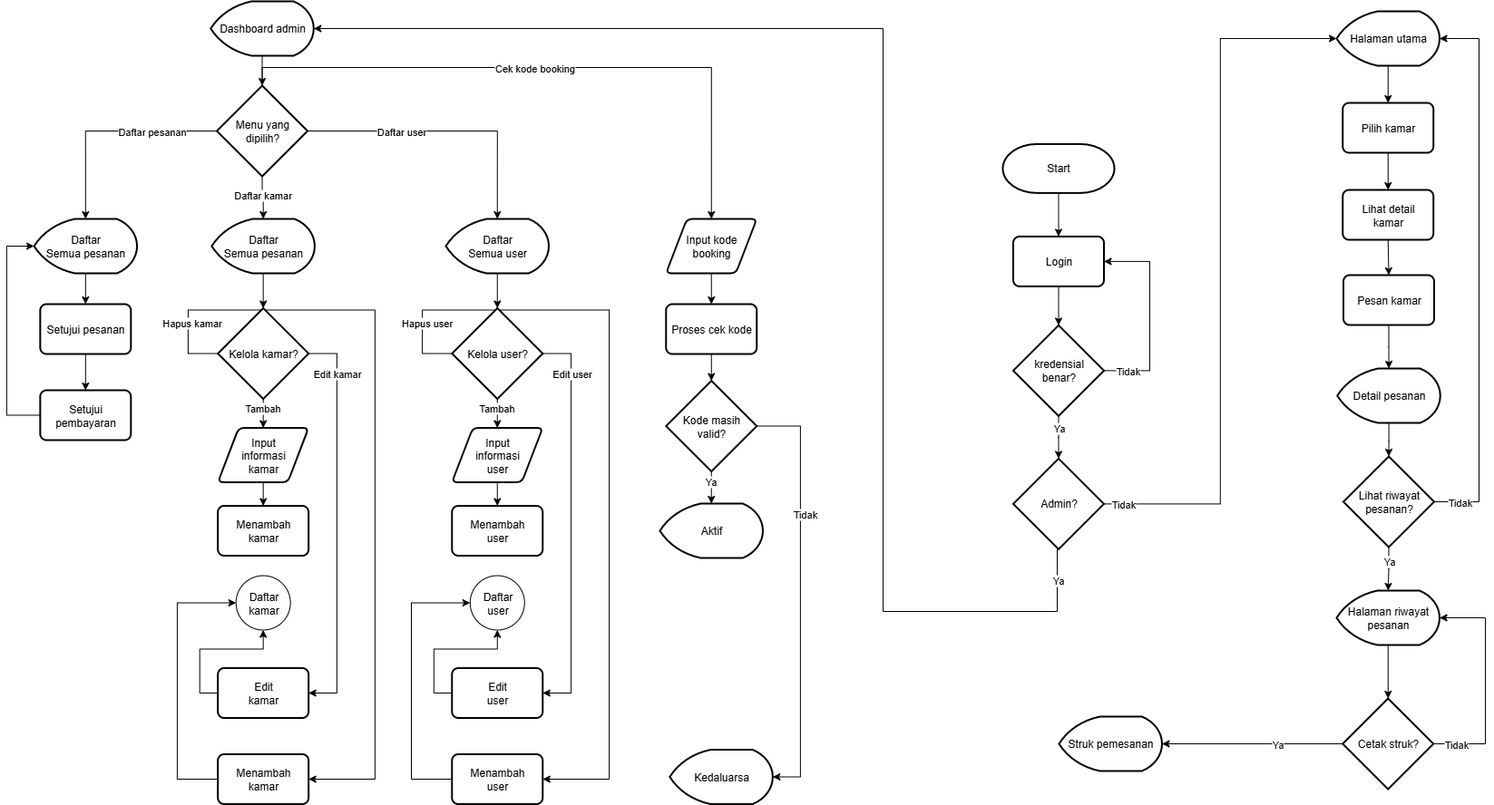
contributor404/ukk keeps this draw.io diagram as uml/flowchart-tiket-hotel.png. Above is the earlier version. Source tidied: cells renumbered, new cells last; positions are measured from the earlier drawing's top-left corner, leaving out a move shared by most shapes.
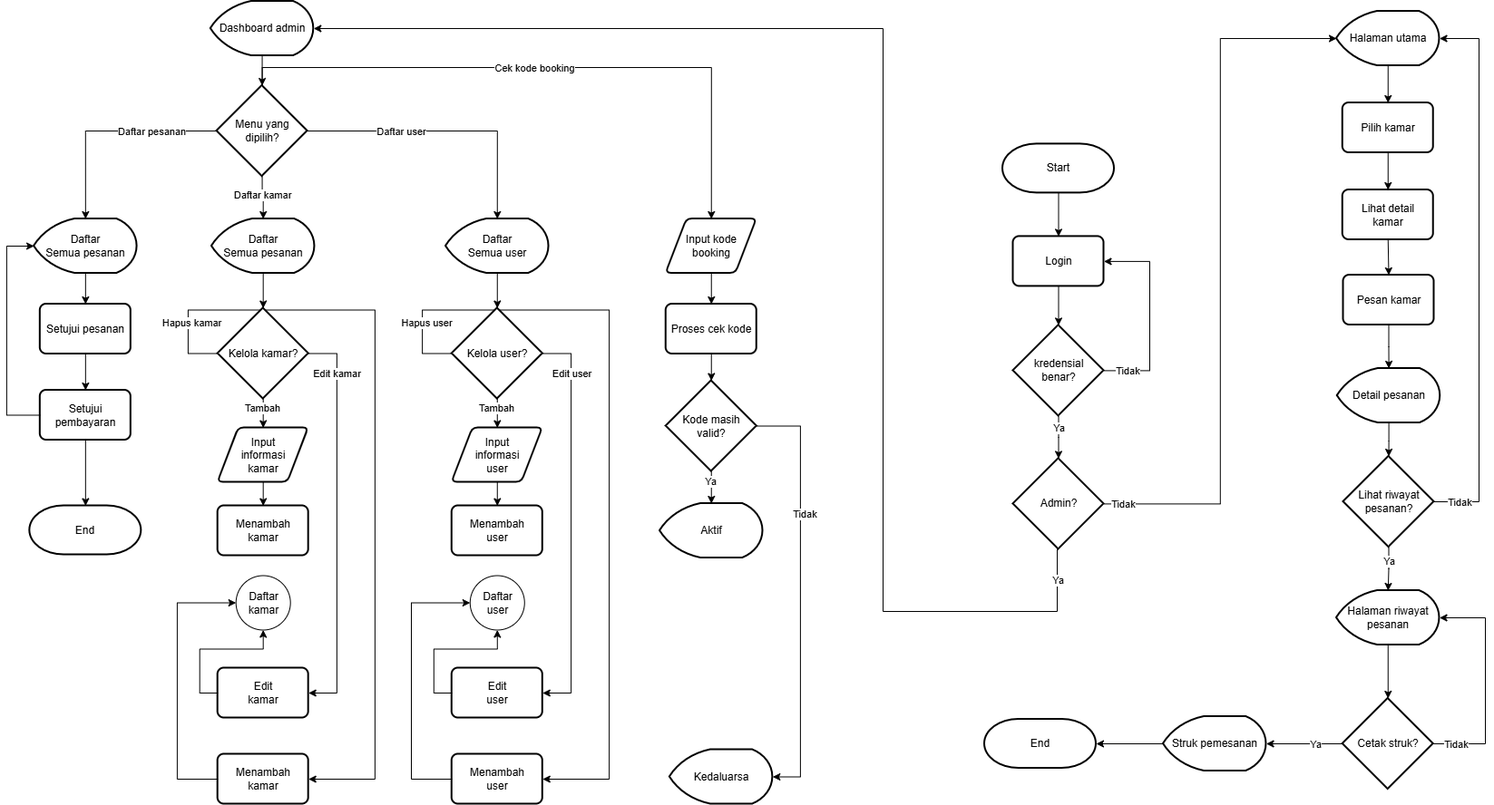
Later version of the same file.

Diff of the diagram source:
```diff
@@ -124,7 +124,7 @@
       </mxGeometry>
     </mxCell>
     <mxCell id="31" value="Struk pemesanan" style="strokeWidth=2;html=1;shape=mxgraph.flowchart.display;whiteSpace=wrap;" parent="1" vertex="1">
-      <mxGeometry x="1160" y="789" width="113.5" height="60" as="geometry" />
+      <mxGeometry x="1275" y="789" width="113.5" height="60" as="geometry" />
     </mxCell>
     <mxCell id="32" style="edgeStyle=orthogonalEdgeStyle;rounded=0;jettySize=auto;html=1;exitX=0;exitY=0.5;exitDx=0;exitDy=0;exitPerimeter=0;entryX=1;entryY=0.5;entryDx=0;entryDy=0;entryPerimeter=0;" parent="1" edge="1" source="27" target="31">
       <mxGeometry relative="1" as="geometry" />
@@ -393,5 +393,17 @@
         <mxPoint x="65" y="-1" as="offset" />
       </mxGeometry>
     </mxCell>
+    <mxCell id="102" value="End" style="strokeWidth=2;html=1;shape=mxgraph.flowchart.terminator;whiteSpace=wrap;" parent="1" vertex="1">
+      <mxGeometry x="25.3" y="556.5" width="123" height="54" as="geometry" />
+    </mxCell>
+    <mxCell id="103" style="edgeStyle=orthogonalEdgeStyle;rounded=0;jettySize=auto;html=1;exitX=0.5;exitY=1;exitDx=0;exitDy=0;entryX=0.5;entryY=0;entryDx=0;entryDy=0;entryPerimeter=0;" parent="1" edge="1" source="57" target="102">
+      <mxGeometry relative="1" as="geometry" />
+    </mxCell>
+    <mxCell id="104" value="End" style="strokeWidth=2;html=1;shape=mxgraph.flowchart.terminator;whiteSpace=wrap;" parent="1" vertex="1">
+      <mxGeometry x="1078" y="792" width="123" height="54" as="geometry" />
+    </mxCell>
+    <mxCell id="105" style="edgeStyle=orthogonalEdgeStyle;rounded=0;jettySize=auto;html=1;exitX=0;exitY=0.5;exitDx=0;exitDy=0;exitPerimeter=0;entryX=1;entryY=0.5;entryDx=0;entryDy=0;entryPerimeter=0;" parent="1" edge="1" source="31" target="104">
+      <mxGeometry relative="1" as="geometry" />
+    </mxCell>
   </root>
 </mxGraphModel>
```
